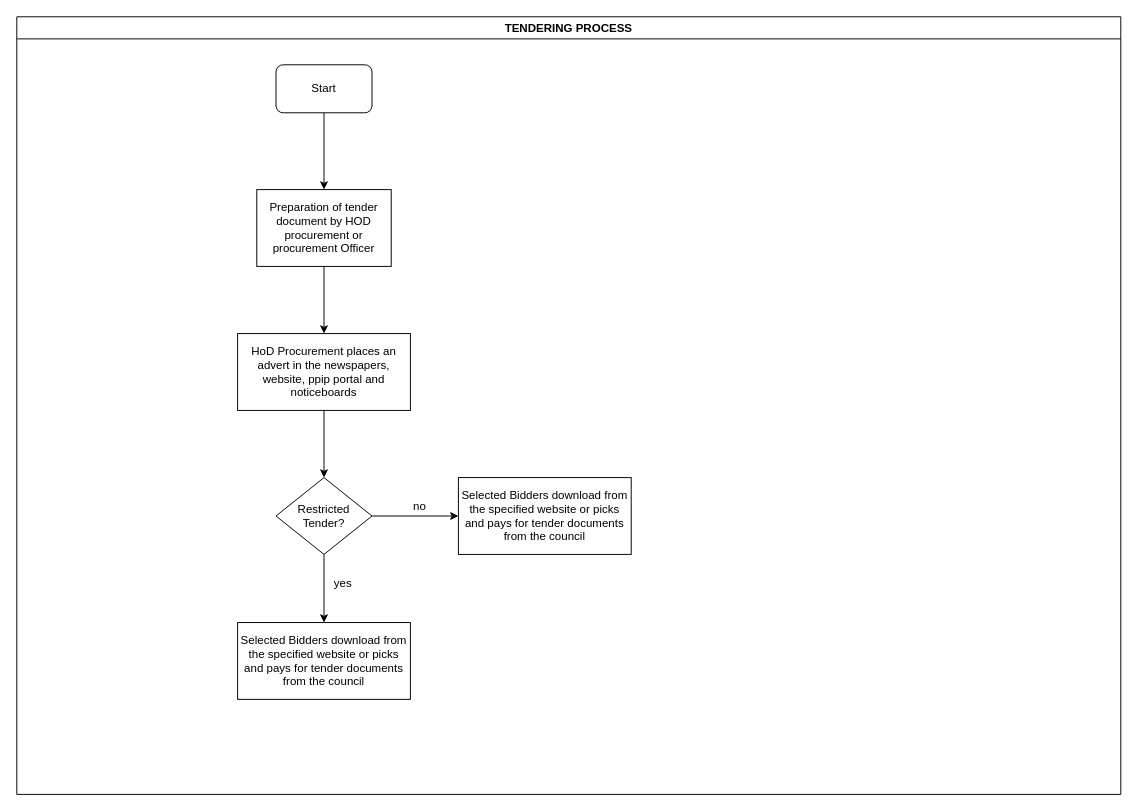
The draw.io diagram LC-PROC-TENDERING PROCESS.drawio in kmagua/flowcharts, before the edit. Source tidied: cells renumbered, new cells numbered last; positions are measured from the earlier drawing's top-left corner, leaving out a move shared by most shapes. Both pictures are drawn from the tidied source at 96%, with x=0, y=0 at pixel (16, 16).
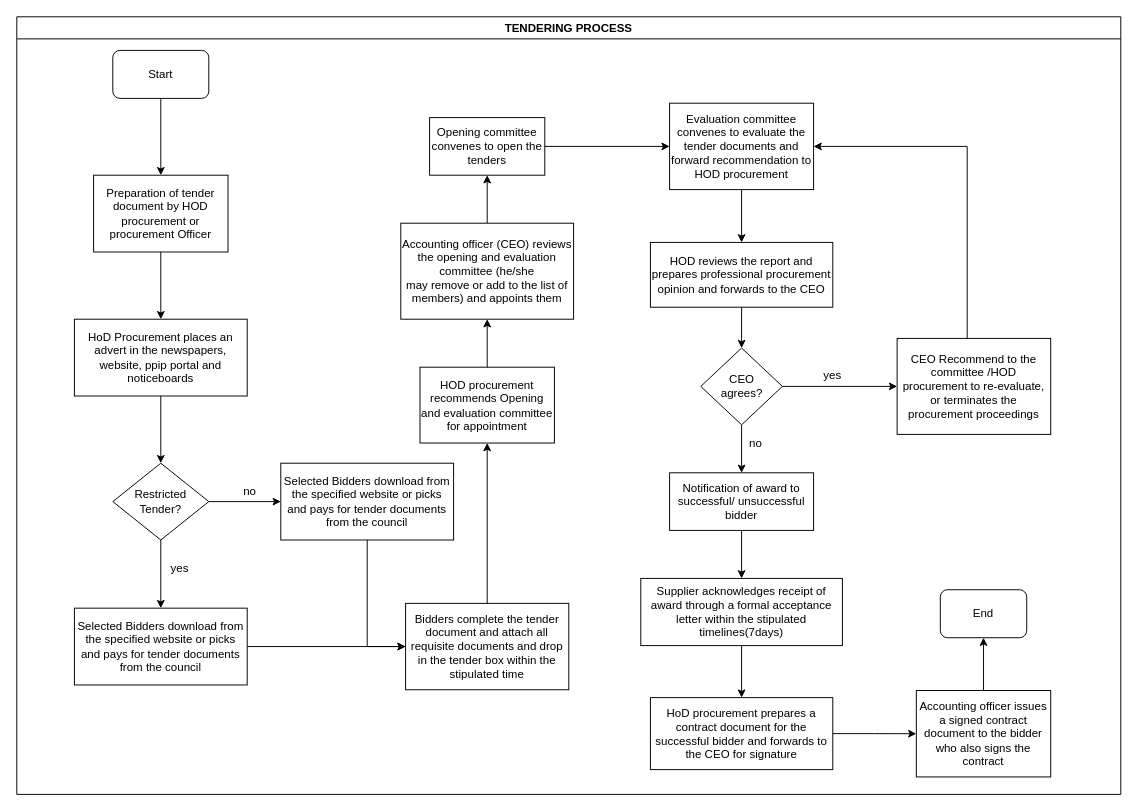
The same diagram, later.

Unchanged cells that the change refers to:
```xml
<mxCell id="2" value="TENDERING PROCESS" style="swimlane;" parent="1" vertex="1">
  <mxGeometry width="1150" height="810" as="geometry" />
</mxCell>
```

Diff of the diagram source:
```diff
@@
     <mxCell id="3" value="Start" style="rounded=1;whiteSpace=wrap;html=1;" parent="2" vertex="1">
-      <mxGeometry x="270" y="50" width="100" height="50" as="geometry" />
+      <mxGeometry x="100" y="35" width="100" height="50" as="geometry" />
     </mxCell>
     <mxCell id="4" value="Preparation of tender document by HOD procurement or procurement Officer" style="rounded=0;whiteSpace=wrap;html=1;" parent="2" vertex="1">
-      <mxGeometry x="250" y="180" width="140" height="80" as="geometry" />
+      <mxGeometry x="80" y="165" width="140" height="80" as="geometry" />
     </mxCell>
@@
     <mxCell id="6" value="Restricted Tender?" style="rhombus;whiteSpace=wrap;html=1;" parent="2" vertex="1">
-      <mxGeometry x="270" y="480" width="100" height="80" as="geometry" />
+      <mxGeometry x="100" y="465" width="100" height="80" as="geometry" />
     </mxCell>
     <mxCell id="7" value="Selected Bidders download from the specified website or picks and pays for tender documents from the council" style="whiteSpace=wrap;html=1;rounded=0;" parent="2" vertex="1">
-      <mxGeometry x="230" y="631" width="180" height="80" as="geometry" />
+      <mxGeometry x="60" y="616" width="180" height="80" as="geometry" />
     </mxCell>
@@
     <mxCell id="9" value="yes" style="text;html=1;strokeColor=none;fillColor=none;align=center;verticalAlign=middle;whiteSpace=wrap;rounded=0;" parent="2" vertex="1">
-      <mxGeometry x="320" y="580" width="40" height="20" as="geometry" />
+      <mxGeometry x="150" y="565" width="40" height="20" as="geometry" />
     </mxCell>
     <mxCell id="10" value="Selected Bidders download from the specified website or picks and pays for tender documents from the council" style="whiteSpace=wrap;html=1;rounded=0;" parent="2" vertex="1">
-      <mxGeometry x="460" y="480" width="180" height="80" as="geometry" />
+      <mxGeometry x="275" y="465" width="180" height="80" as="geometry" />
     </mxCell>
@@
+    <mxCell id="16" value="Bidders complete the tender document and attach all requisite documents and drop in the tender box within the stipulated time" style="whiteSpace=wrap;html=1;rounded=0;" parent="2" vertex="1">
+      <mxGeometry x="405" y="611" width="170" height="90" as="geometry" />
+    </mxCell>
+    <mxCell id="17" style="edgeStyle=orthogonalEdgeStyle;rounded=0;jettySize=auto;html=1;" parent="2" edge="1" source="7" target="16">
+      <mxGeometry relative="1" as="geometry" />
+    </mxCell>
+    <mxCell id="18" style="edgeStyle=orthogonalEdgeStyle;rounded=0;jettySize=auto;html=1;exitX=0.5;exitY=1;exitDx=0;exitDy=0;entryX=0;entryY=0.5;entryDx=0;entryDy=0;" parent="2" edge="1" source="10" target="16">
+      <mxGeometry relative="1" as="geometry" />
+    </mxCell>
+    <mxCell id="19" value="HOD procurement recommends Opening and evaluation committee for appointment" style="whiteSpace=wrap;html=1;rounded=0;" parent="2" vertex="1">
+      <mxGeometry x="420" y="365" width="140" height="79" as="geometry" />
+    </mxCell>
+    <mxCell id="20" style="edgeStyle=orthogonalEdgeStyle;rounded=0;jettySize=auto;html=1;" parent="2" edge="1" source="16" target="19">
+      <mxGeometry relative="1" as="geometry" />
+    </mxCell>
+    <mxCell id="21" value="Opening committee convenes to open the tenders" style="whiteSpace=wrap;html=1;rounded=0;" parent="2" vertex="1">
+      <mxGeometry x="430" y="105" width="120" height="60" as="geometry" />
+    </mxCell>
+    <mxCell id="22" value="Evaluation committee convenes to evaluate the tender documents and forward recommendation to HOD procurement" style="whiteSpace=wrap;html=1;rounded=0;" parent="2" vertex="1">
+      <mxGeometry x="680" y="90" width="150" height="90" as="geometry" />
+    </mxCell>
+    <mxCell id="23" style="edgeStyle=orthogonalEdgeStyle;rounded=0;jettySize=auto;html=1;" parent="2" edge="1" source="21" target="22">
+      <mxGeometry relative="1" as="geometry" />
+    </mxCell>
+    <mxCell id="24" value="HOD reviews the report and prepares professional procurement opinion and forwards to the CEO" style="whiteSpace=wrap;html=1;rounded=0;" parent="2" vertex="1">
+      <mxGeometry x="660" y="235" width="190" height="67.5" as="geometry" />
+    </mxCell>
+    <mxCell id="25" style="edgeStyle=orthogonalEdgeStyle;rounded=0;jettySize=auto;html=1;entryX=0.5;entryY=0;entryDx=0;entryDy=0;" parent="2" edge="1" source="22" target="24">
+      <mxGeometry relative="1" as="geometry" />
+    </mxCell>
+    <mxCell id="26" value="&lt;div&gt;CEO &lt;br&gt;&lt;/div&gt;&lt;div&gt;agrees?&lt;/div&gt;" style="rhombus;whiteSpace=wrap;html=1;rounded=0;" parent="2" vertex="1">
+      <mxGeometry x="712.5" y="345" width="85" height="80" as="geometry" />
+    </mxCell>
+    <mxCell id="27" style="edgeStyle=orthogonalEdgeStyle;rounded=0;jettySize=auto;html=1;" parent="2" edge="1" source="24" target="26">
+      <mxGeometry relative="1" as="geometry" />
+    </mxCell>
+    <mxCell id="28" style="edgeStyle=orthogonalEdgeStyle;rounded=0;jettySize=auto;html=1;entryX=0.5;entryY=0;entryDx=0;entryDy=0;" parent="2" edge="1" source="26" target="29">
+      <mxGeometry relative="1" as="geometry" />
+    </mxCell>
+    <mxCell id="29" value="Notification of award to successful/ unsuccessful bidder" style="whiteSpace=wrap;html=1;rounded=0;" parent="2" vertex="1">
+      <mxGeometry x="680" y="475" width="150" height="60" as="geometry" />
+    </mxCell>
+    <mxCell id="30" value="Supplier acknowledges receipt of award through a formal acceptance letter within the stipulated timelines(7days)" style="whiteSpace=wrap;html=1;rounded=0;" parent="2" vertex="1">
+      <mxGeometry x="650" y="585" width="210" height="70" as="geometry" />
+    </mxCell>
+    <mxCell id="31" style="edgeStyle=orthogonalEdgeStyle;rounded=0;jettySize=auto;html=1;" parent="2" edge="1" source="29" target="30">
+      <mxGeometry relative="1" as="geometry" />
+    </mxCell>
+    <mxCell id="32" value="HoD procurement prepares a contract document for the successful bidder and forwards to the CEO for signature" style="whiteSpace=wrap;html=1;rounded=0;" parent="2" vertex="1">
+      <mxGeometry x="660" y="709.2" width="190" height="75" as="geometry" />
+    </mxCell>
+    <mxCell id="33" style="edgeStyle=orthogonalEdgeStyle;rounded=0;jettySize=auto;html=1;exitX=0.5;exitY=1;exitDx=0;exitDy=0;" parent="2" edge="1" source="30" target="32">
+      <mxGeometry relative="1" as="geometry" />
+    </mxCell>
+    <mxCell id="34" value="Accounting officer issues a signed contract document to the bidder who also signs the contract" style="whiteSpace=wrap;html=1;rounded=0;" parent="2" vertex="1">
+      <mxGeometry x="937" y="701.8" width="140" height="90" as="geometry" />
+    </mxCell>
+    <mxCell id="35" style="edgeStyle=orthogonalEdgeStyle;rounded=0;jettySize=auto;html=1;" parent="2" edge="1" source="32" target="34">
+      <mxGeometry relative="1" as="geometry" />
+    </mxCell>
+    <mxCell id="36" value="CEO Recommend to the committee /HOD procurement to re-evaluate, or terminates the procurement proceedings" style="whiteSpace=wrap;html=1;rounded=0;" parent="2" vertex="1">
+      <mxGeometry x="917" y="335" width="160" height="100" as="geometry" />
+    </mxCell>
+    <mxCell id="37" style="edgeStyle=orthogonalEdgeStyle;rounded=0;jettySize=auto;html=1;entryX=0;entryY=0.5;entryDx=0;entryDy=0;" parent="2" edge="1" source="26" target="36">
+      <mxGeometry relative="1" as="geometry" />
+    </mxCell>
+    <mxCell id="38" style="edgeStyle=orthogonalEdgeStyle;rounded=0;jettySize=auto;html=1;entryX=1;entryY=0.5;entryDx=0;entryDy=0;" parent="2" edge="1" source="36" target="22">
+      <mxGeometry relative="1" as="geometry">
+        <Array as="points">
+          <mxPoint x="990" y="135" />
+        </Array>
+      </mxGeometry>
+    </mxCell>
+    <mxCell id="39" value="yes" style="text;html=1;strokeColor=none;fillColor=none;align=center;verticalAlign=middle;whiteSpace=wrap;rounded=0;" parent="2" vertex="1">
+      <mxGeometry x="830" y="364" width="40" height="20" as="geometry" />
+    </mxCell>
+    <mxCell id="40" value="no" style="text;html=1;strokeColor=none;fillColor=none;align=center;verticalAlign=middle;whiteSpace=wrap;rounded=0;" parent="2" vertex="1">
+      <mxGeometry x="750" y="435" width="40" height="20" as="geometry" />
+    </mxCell>
@@
     <mxCell id="13" value="HoD Procurement places an advert in the newspapers, website, ppip portal and noticeboards" style="whiteSpace=wrap;html=1;rounded=0;" parent="1" vertex="1">
-      <mxGeometry x="230" y="330" width="180" height="80" as="geometry" />
+      <mxGeometry x="60" y="315" width="180" height="80" as="geometry" />
     </mxCell>
@@
     <mxCell id="15" value="no" style="text;html=1;strokeColor=none;fillColor=none;align=center;verticalAlign=middle;whiteSpace=wrap;rounded=0;" parent="1" vertex="1">
-      <mxGeometry x="400" y="500" width="40" height="20" as="geometry" />
+      <mxGeometry x="223" y="485" width="40" height="20" as="geometry" />
     </mxCell>
+    <mxCell id="41" style="edgeStyle=orthogonalEdgeStyle;rounded=0;jettySize=auto;html=1;" parent="1" edge="1" source="42" target="21">
+      <mxGeometry relative="1" as="geometry" />
+    </mxCell>
+    <mxCell id="42" value="Accounting officer (CEO) reviews the opening and evaluation committee (he/she &lt;br&gt;may remove or add to the list of members) and appoints them" style="whiteSpace=wrap;html=1;rounded=0;" parent="1" vertex="1">
+      <mxGeometry x="400" y="215" width="180" height="100" as="geometry" />
+    </mxCell>
+    <mxCell id="43" style="edgeStyle=orthogonalEdgeStyle;rounded=0;jettySize=auto;html=1;" parent="1" edge="1" source="19" target="42">
+      <mxGeometry relative="1" as="geometry" />
+    </mxCell>
+    <mxCell id="44" value="End" style="rounded=1;whiteSpace=wrap;html=1;" parent="1" vertex="1">
+      <mxGeometry x="962" y="596.8" width="90" height="50" as="geometry" />
+    </mxCell>
+    <mxCell id="45" style="edgeStyle=orthogonalEdgeStyle;rounded=0;jettySize=auto;html=1;entryX=0.5;entryY=1;entryDx=0;entryDy=0;" parent="1" edge="1" source="34" target="44">
+      <mxGeometry relative="1" as="geometry" />
+    </mxCell>
```
